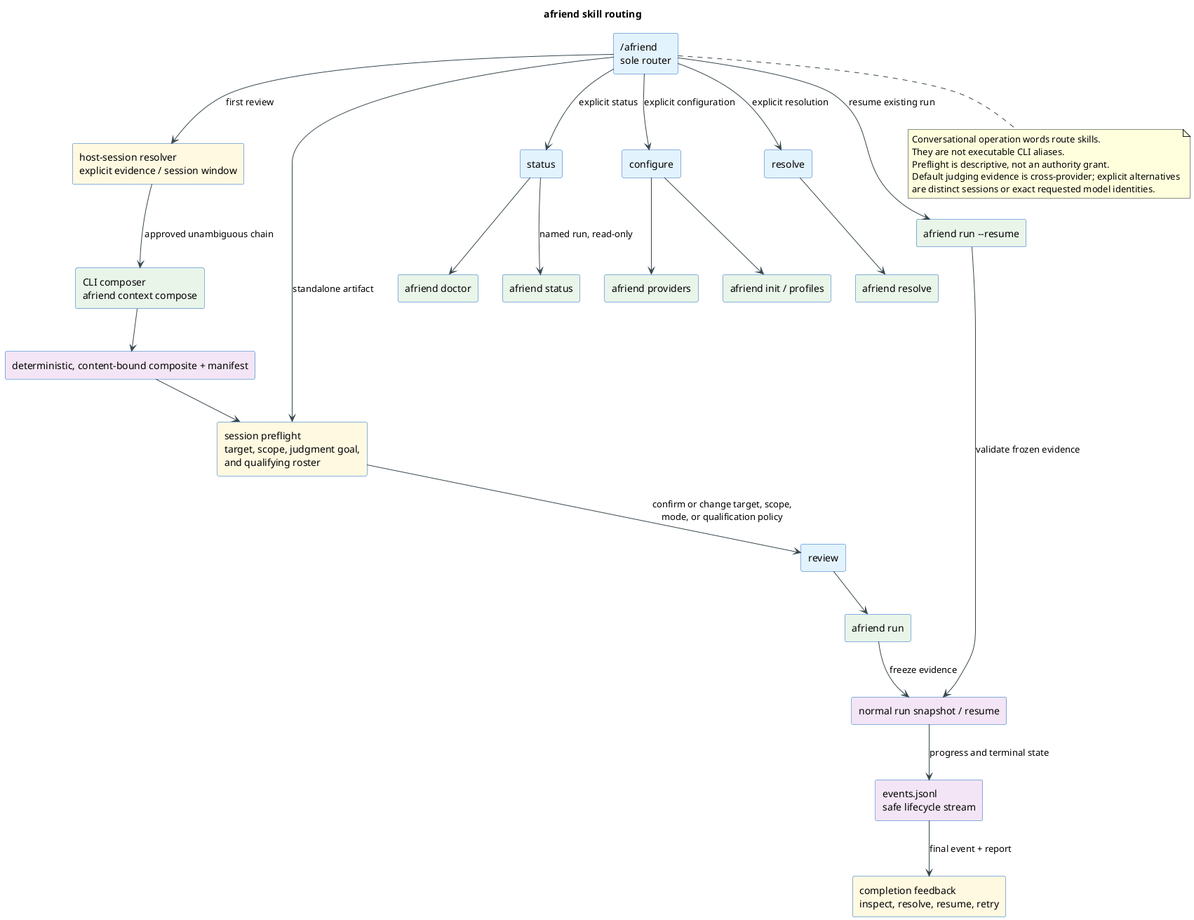
Earlier version of the PlantUML export docs/architecture/skill-routing.png (livingstaccato/afriend). Its source is kept beside it as docs/architecture/skill-routing.puml.
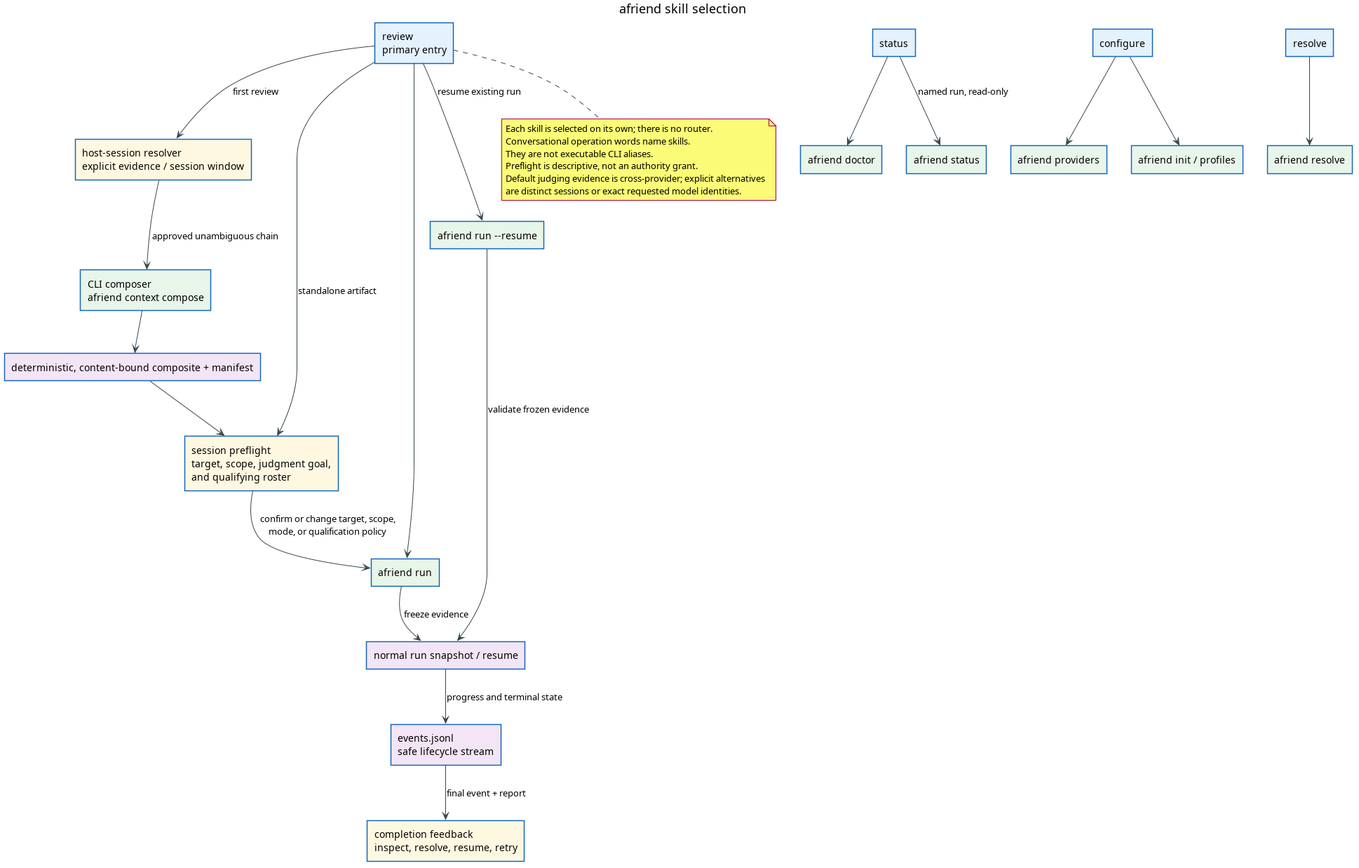
After the change.

Change to the diagram source:
```diff
@@ -7,14 +7,13 @@
   BorderColor #1565C0
   BackgroundColor #E3F2FD
 }
-title afriend skill routing
+title afriend skill selection
 
-rectangle "/afriend\nsole router" as router
 rectangle "host-session resolver\nexplicit evidence / session window" as resolver #FFF8E1
 rectangle "CLI composer\nafriend context compose" as composer #E8F5E9
 rectangle "deterministic, content-bound composite + manifest" as composite #F3E5F5
 rectangle "session preflight\ntarget, scope, judgment goal,\nand qualifying roster" as preflight #FFF8E1
-rectangle "review" as review
+rectangle "review\nprimary entry" as review
 rectangle "status" as status
 rectangle "configure" as configure
 rectangle "resolve" as resolve
@@ -29,16 +28,13 @@
 rectangle "afriend resolve" as resolution #E8F5E9
 rectangle "afriend run --resume" as resume #E8F5E9
 
-router --> resolver : first review
+review --> resolver : first review
 resolver --> composer : approved unambiguous chain
 composer --> composite
 composite --> preflight
-router --> preflight : standalone artifact
-preflight --> review : confirm or change target, scope,\nmode, or qualification policy
-router --> status : explicit status
-router --> configure : explicit configuration
-router --> resolve : explicit resolution
-router --> resume : resume existing run
+review --> preflight : standalone artifact
+preflight --> run : confirm or change target, scope,\nmode, or qualification policy
+review --> resume : resume existing run
 resume --> snapshot : validate frozen evidence
 review --> run
 run --> snapshot : freeze evidence
@@ -49,8 +45,9 @@
 configure --> providers
 configure --> setup
 resolve --> resolution
-note bottom of router
-  Conversational operation words route skills.
+note bottom of review
+  Each skill is selected on its own; there is no router.
+  Conversational operation words name skills.
   They are not executable CLI aliases.
   Preflight is descriptive, not an authority grant.
   Default judging evidence is cross-provider; explicit alternatives
```
